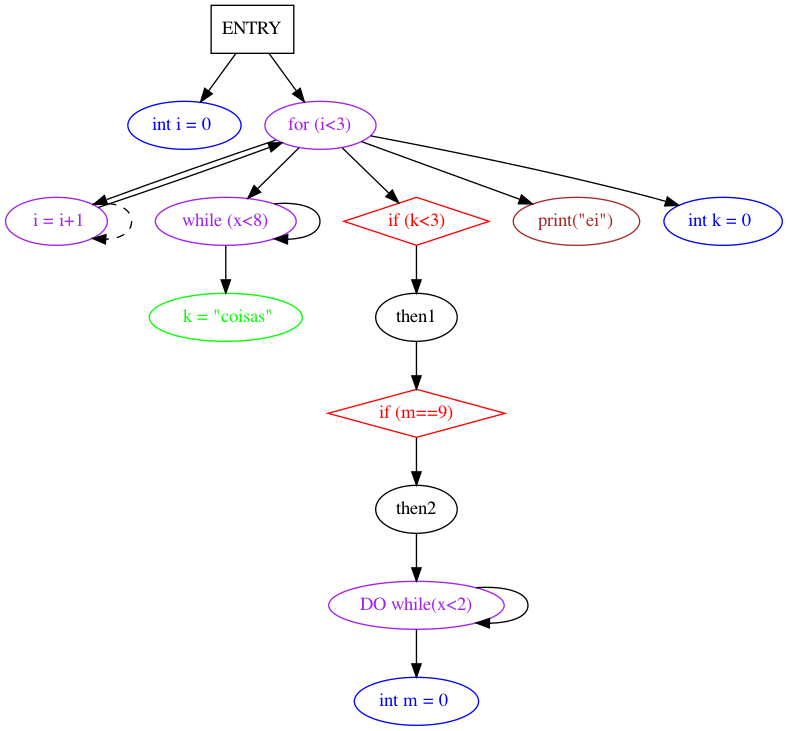
The Graphviz diagram TP3/doctest-output/sdg.gv.png in saracqueiros/EG22, before a commit. Its source is kept beside it as TP3/doctest-output/sdg.gv.
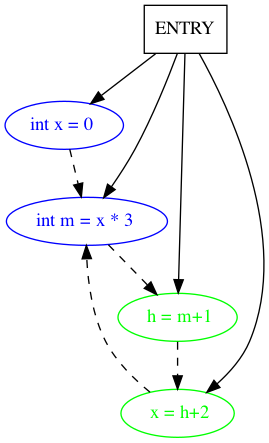
Above is the later version.

Change to the diagram source:
```diff
@@ -1,33 +1,16 @@
 digraph sdg {
 	graph [rankdir=TB]
 	ENTRY [shape=box]
-	"int i = 0 " [color=blue fontcolor=blue]
-	ENTRY -> "int i = 0 "
-	"for (i<3)" [color=purple fontcolor=purple]
-	ENTRY -> "for (i<3)"
-	" i = i+1" [color=green fontcolor=green]
-	"for (i<3)" -> " i = i+1"
-	" i = i+1" [color=purple fontcolor=purple]
-	" i = i+1" -> "for (i<3)"
-	" i = i+1" -> " i = i+1" [style=dashed]
-	"while (x<8)" [color=purple fontcolor=purple]
-	"while (x<8)" -> "while (x<8)"
-	"for (i<3)" -> "while (x<8)"
-	" k = \"coisas\"" [color=green fontcolor=green]
-	"while (x<8)" -> " k = \"coisas\""
-	"if (k<3)" [color=red fontcolor=red shape=diamond]
-	"for (i<3)" -> "if (k<3)"
-	"if (k<3)" -> then1
-	"if (m==9)" [color=red fontcolor=red shape=diamond]
-	then1 -> "if (m==9)"
-	"if (m==9)" -> then2
-	"DO while(x<2)" [color=purple fontcolor=purple]
-	"DO while(x<2)" -> "DO while(x<2)"
-	then2 -> "DO while(x<2)"
-	"int m = 0 " [color=blue fontcolor=blue]
-	"DO while(x<2)" -> "int m = 0 "
-	"print(\"ei\")" [color=brown fontcolor=brown]
-	"for (i<3)" -> "print(\"ei\")"
-	"int k = 0 " [color=blue fontcolor=blue]
-	"for (i<3)" -> "int k = 0 "
+	"int x = 0 " [color=blue fontcolor=blue]
+	ENTRY -> "int x = 0 "
+	"int m = x * 3 " [color=blue fontcolor=blue]
+	ENTRY -> "int m = x * 3 "
+	" h = m+1" [color=green fontcolor=green]
+	ENTRY -> " h = m+1"
+	" x = h+2" [color=green fontcolor=green]
+	ENTRY -> " x = h+2"
+	" h = m+1" -> " x = h+2" [style=dashed]
+	"int x = 0 " -> "int m = x * 3 " [style=dashed]
+	" x = h+2" -> "int m = x * 3 " [style=dashed]
+	"int m = x * 3 " -> " h = m+1" [style=dashed]
 }
```
